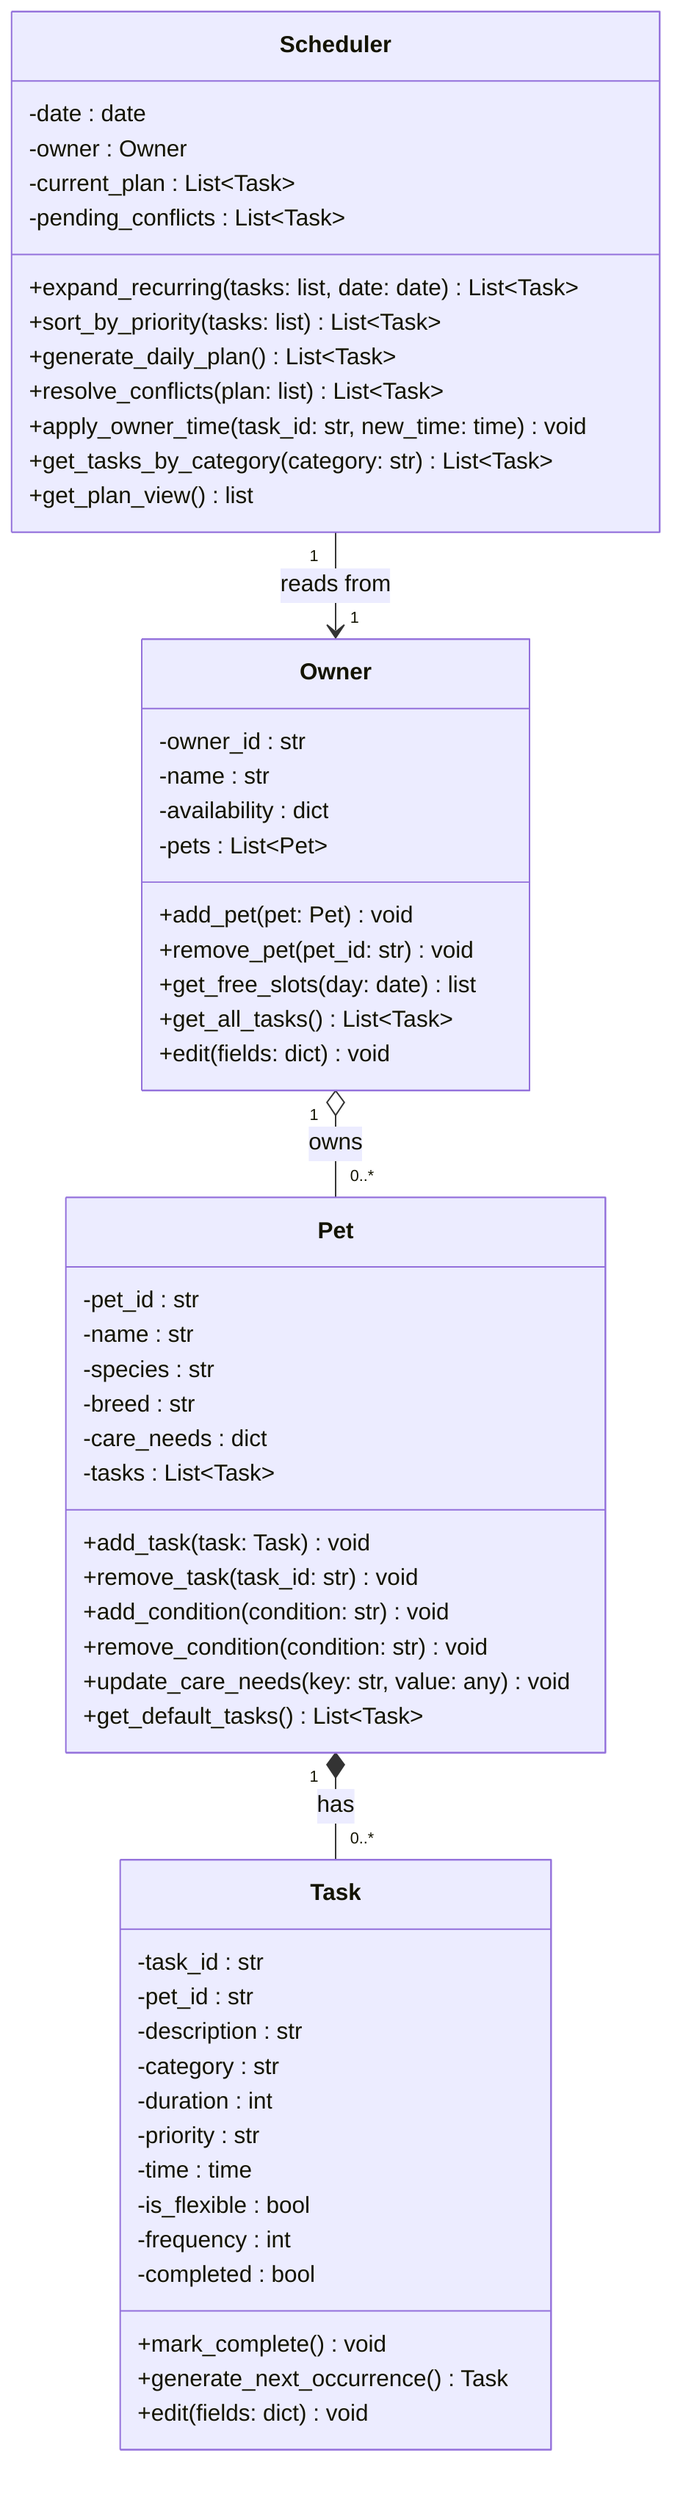
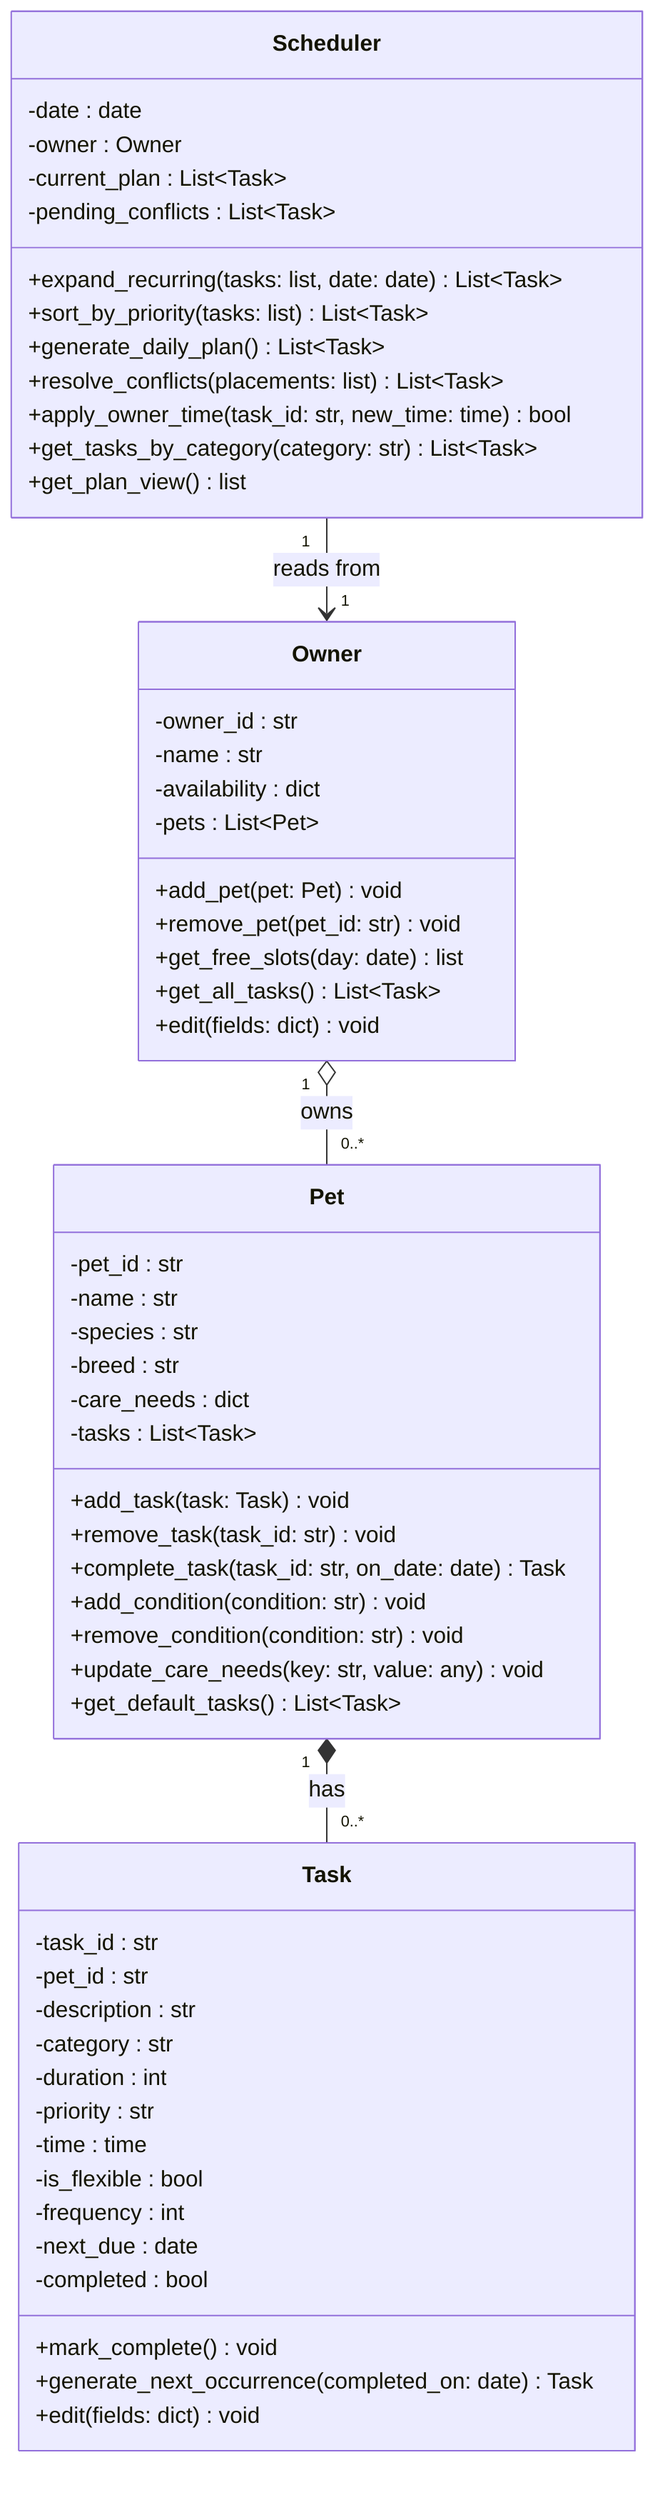
classDiagram
    class Owner {
        -owner_id : str
        -name : str
        -availability : dict
        -pets : List~Pet~
        +add_pet(pet: Pet) void
        +remove_pet(pet_id: str) void
        +get_free_slots(day: date) list
        +get_all_tasks() List~Task~
        +edit(fields: dict) void
    }

    class Pet {
        -pet_id : str
        -name : str
        -species : str
        -breed : str
        -care_needs : dict
        -tasks : List~Task~
        +add_task(task: Task) void
        +remove_task(task_id: str) void
+         +complete_task(task_id: str, on_date: date) Task
        +add_condition(condition: str) void
        +remove_condition(condition: str) void
        +update_care_needs(key: str, value: any) void
        +get_default_tasks() List~Task~
    }

    class Task {
        -task_id : str
        -pet_id : str
        -description : str
        -category : str
        -duration : int
        -priority : str
        -time : time
        -is_flexible : bool
        -frequency : int
+         -next_due : date
        -completed : bool
        +mark_complete() void
-         +generate_next_occurrence() Task
+         +generate_next_occurrence(completed_on: date) Task
        +edit(fields: dict) void
    }

    class Scheduler {
        -date : date
        -owner : Owner
        -current_plan : List~Task~
        -pending_conflicts : List~Task~
        +expand_recurring(tasks: list, date: date) List~Task~
        +sort_by_priority(tasks: list) List~Task~
        +generate_daily_plan() List~Task~
-         +resolve_conflicts(plan: list) List~Task~
-         +apply_owner_time(task_id: str, new_time: time) void
+         +resolve_conflicts(placements: list) List~Task~
+         +apply_owner_time(task_id: str, new_time: time) bool
        +get_tasks_by_category(category: str) List~Task~
        +get_plan_view() list
    }

    Owner "1" o-- "0..*" Pet : owns
    Pet "1" *-- "0..*" Task : has
    Scheduler "1" --> "1" Owner : reads from
